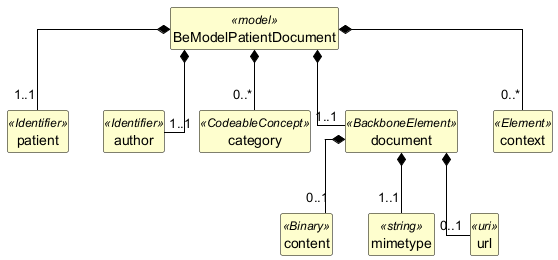
caresets/caresets-src keeps this PlantUML diagram as exports/diagrams/BeModelPatientDocument-uml.png. Above is the earlier version.
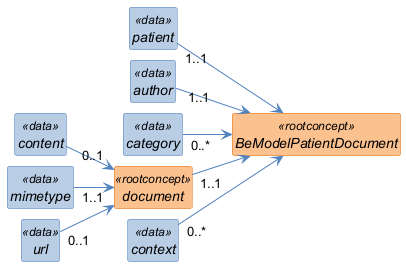
After the commit.

Change to the diagram source:
```diff
@@ -1,50 +1,57 @@
 @startuml
+left to right direction
 skinparam shadowing false
+skinparam nodesep 10
+skinparam ranksep 40
 skinparam classAttributeIconSize 0
-skinparam linetype ortho
 skinparam class {
-  BackgroundColor #FEFECE
-  BorderColor #000000
-  ArrowColor #000000
-  FontStyle bold
-  AttributeFontStyle normal
+  FontStyle italic
+  BackgroundColor<<rootconcept>> #FAC08F
+  BorderColor<<rootconcept>> #E36C0A
+  BackgroundColor<<data>> #B8CCE4
+  BorderColor<<data>> #4F81BD
+  BackgroundColor<<reference>> #D9D9D9
+  BorderColor<<reference>> #808080
+  BackgroundColor<<value set>> #C3D69B
+  BorderColor<<value set>> #77933C
+  ArrowColor #4F81BD
 }
 hide circle
 hide empty members
 
-class "BeModelPatientDocument" as BeModelPatientDocument <<model>> {
+class "BeModelPatientDocument" as BeModelPatientDocument <<rootconcept>> {
 }
 
-class "patient" as BeModelPatientDocument_patient <<Identifier>> {
+class "patient" as BeModelPatientDocument_patient <<data>> {
 }
 
-class "author" as BeModelPatientDocument_author <<Identifier>> {
+class "author" as BeModelPatientDocument_author <<data>> {
 }
 
-class "category" as BeModelPatientDocument_category <<CodeableConcept>> {
+class "category" as BeModelPatientDocument_category <<data>> {
 }
 
-class "document" as BeModelPatientDocument_document <<BackboneElement>> {
+class "document" as BeModelPatientDocument_document <<rootconcept>> {
 }
 
-class "content" as BeModelPatientDocument_document_content <<Binary>> {
+class "content" as BeModelPatientDocument_document_content <<data>> {
 }
 
-class "mimetype" as BeModelPatientDocument_document_mimetype <<string>> {
+class "mimetype" as BeModelPatientDocument_document_mimetype <<data>> {
 }
 
-class "url" as BeModelPatientDocument_document_url <<uri>> {
+class "url" as BeModelPatientDocument_document_url <<data>> {
 }
 
-class "context" as BeModelPatientDocument_context <<Element>> {
+class "context" as BeModelPatientDocument_context <<data>> {
 }
 
-BeModelPatientDocument *-- "1..1" BeModelPatientDocument_patient
-BeModelPatientDocument *-- "1..1" BeModelPatientDocument_author
-BeModelPatientDocument *-- "0..*" BeModelPatientDocument_category
-BeModelPatientDocument *-- "1..1" BeModelPatientDocument_document
-BeModelPatientDocument_document *-- "0..1" BeModelPatientDocument_document_content
-BeModelPatientDocument_document *-- "1..1" BeModelPatientDocument_document_mimetype
-BeModelPatientDocument_document *-- "0..1" BeModelPatientDocument_document_url
-BeModelPatientDocument *-- "0..*" BeModelPatientDocument_context
+BeModelPatientDocument_patient "1..1" --> BeModelPatientDocument
+BeModelPatientDocument_author "1..1" --> BeModelPatientDocument
+BeModelPatientDocument_category "0..*" --> BeModelPatientDocument
+BeModelPatientDocument_document "1..1" --> BeModelPatientDocument
+BeModelPatientDocument_document_content "0..1" --> BeModelPatientDocument_document
+BeModelPatientDocument_document_mimetype "1..1" --> BeModelPatientDocument_document
+BeModelPatientDocument_document_url "0..1" --> BeModelPatientDocument_document
+BeModelPatientDocument_context "0..*" --> BeModelPatientDocument
 @enduml
```
